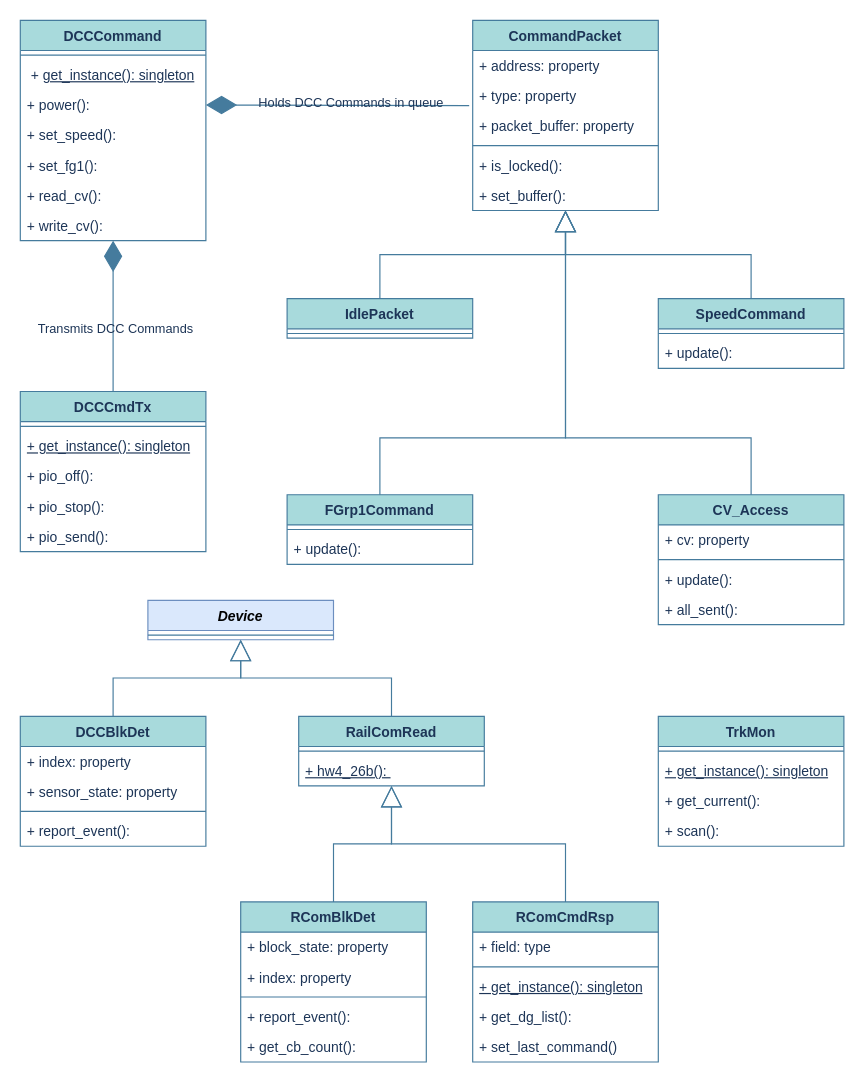
redhead-p/rp2da2 keeps this draw.io diagram as docs/dcc.drawio. Above is the earlier version. Source tidied: cells renumbered, new cells numbered last; positions are measured from the earlier drawing's top-left corner, leaving out a move shared by most shapes. Both pictures are drawn from the tidied source at 116%, with x=0, y=0 at pixel (20, 20).
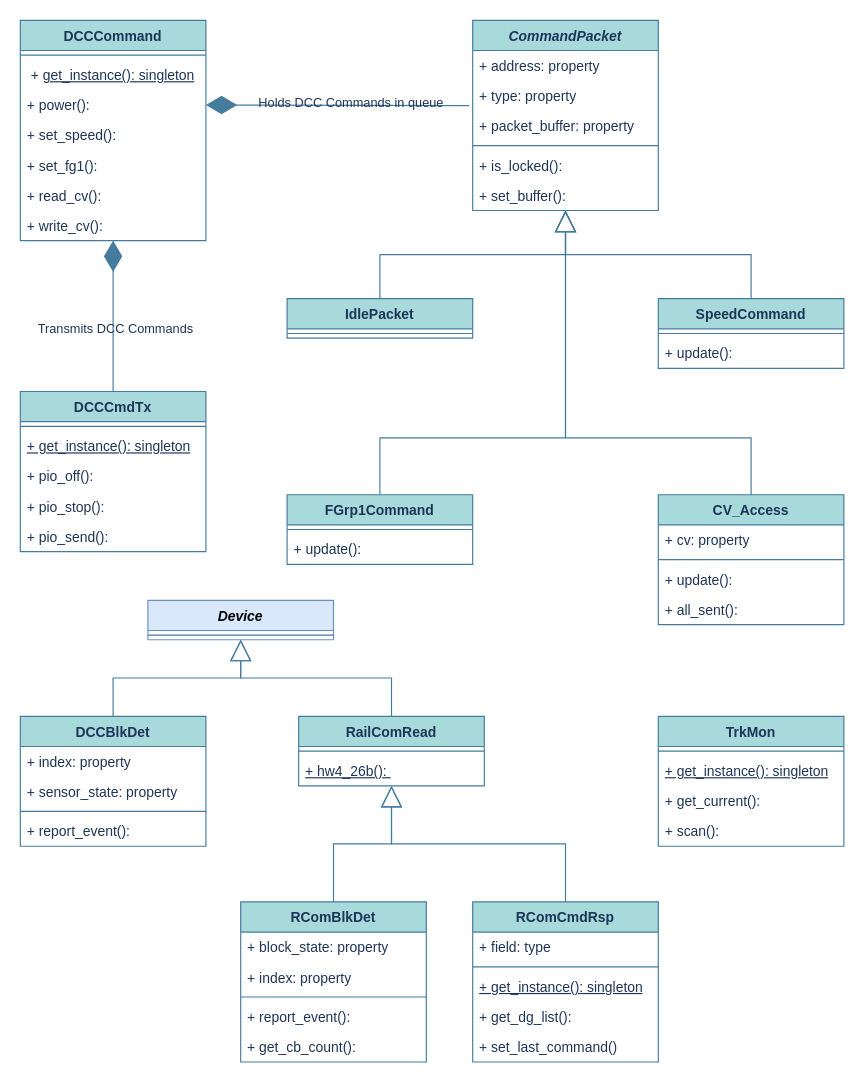
The same page after the edit.

Change to the diagram source:
```diff
@@
-    <mxCell id="10" value="CommandPacket" style="swimlane;fontStyle=1;align=center;verticalAlign=top;horizontal=1;startSize=26;whiteSpace=wrap;html=1;strokeColor=#457B9D;fontColor=#1D3557;fillColor=#A8DADC;labelBackgroundColor=none;" parent="1" vertex="1">
+    <mxCell id="10" value="&lt;i&gt;CommandPacket&lt;/i&gt;" style="swimlane;fontStyle=1;align=center;verticalAlign=top;horizontal=1;startSize=26;whiteSpace=wrap;html=1;strokeColor=#457B9D;fontColor=#1D3557;fillColor=#A8DADC;labelBackgroundColor=none;" parent="1" vertex="1">
       <mxGeometry x="390" width="160" height="164" as="geometry" />
     </mxCell>
```
